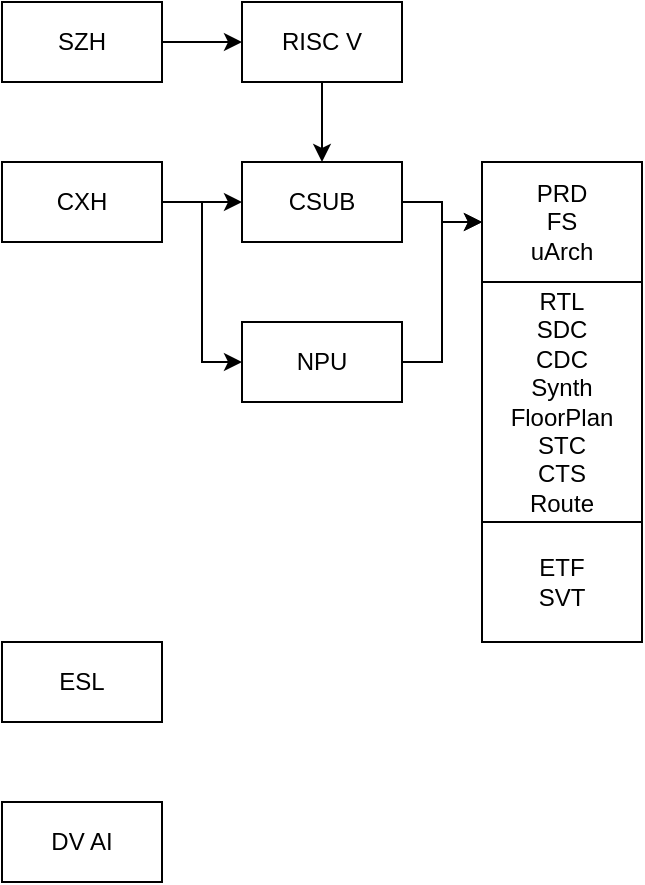
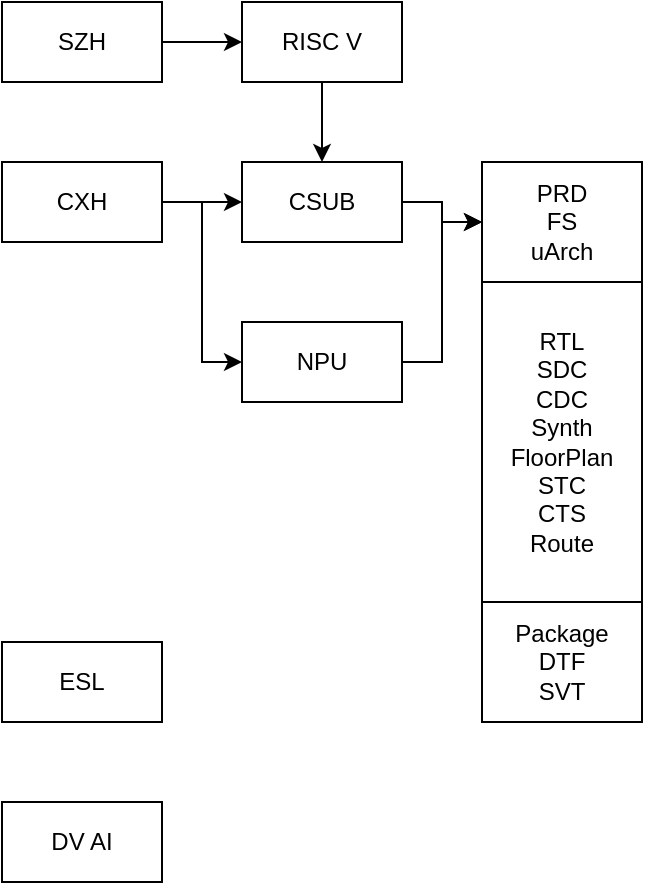
<mxfile host="app.diagrams.net" agent="Mozilla/5.0 (Macintosh; Intel Mac OS X 10_15_7) AppleWebKit/537.36 (KHTML, like Gecko) Chrome/125.0.0.0 Safari/537.36" border="50" scale="3" compressed="false" locked="false">
  <diagram id="YmL12bMKpDGza6XwsDPr" name="第 1 页">
    <mxGraphModel dx="1173" dy="630" grid="1" gridSize="10" guides="1" tooltips="1" connect="1" arrows="1" fold="1" page="0" pageScale="1" pageWidth="827" pageHeight="1169" math="1" shadow="0">
      <root>
        <mxCell id="X5NqExCQtvZxIxQ7pmgY-0" />
        <mxCell id="1" parent="X5NqExCQtvZxIxQ7pmgY-0" />
        <mxCell id="rQvUUtji4W4iaLh92UM--3" edge="1" parent="1" source="rQvUUtji4W4iaLh92UM--1" style="edgeStyle=orthogonalEdgeStyle;rounded=0;orthogonalLoop=1;jettySize=auto;html=1;" target="rQvUUtji4W4iaLh92UM--2" value="">
          <mxGeometry relative="1" as="geometry" />
        </mxCell>
        <mxCell id="rQvUUtji4W4iaLh92UM--1" parent="1" style="rounded=0;whiteSpace=wrap;html=1;" value="SZH" vertex="1">
          <mxGeometry height="40" width="80" x="320" y="320" as="geometry" />
        </mxCell>
        <mxCell id="rQvUUtji4W4iaLh92UM--7" edge="1" parent="1" source="rQvUUtji4W4iaLh92UM--2" style="edgeStyle=orthogonalEdgeStyle;rounded=0;orthogonalLoop=1;jettySize=auto;html=1;" target="rQvUUtji4W4iaLh92UM--5" value="">
          <mxGeometry relative="1" as="geometry" />
        </mxCell>
        <mxCell id="rQvUUtji4W4iaLh92UM--2" parent="1" style="rounded=0;whiteSpace=wrap;html=1;" value="RISC V" vertex="1">
          <mxGeometry height="40" width="80" x="440" y="320" as="geometry" />
        </mxCell>
        <mxCell id="rQvUUtji4W4iaLh92UM--8" edge="1" parent="1" source="rQvUUtji4W4iaLh92UM--4" style="edgeStyle=orthogonalEdgeStyle;rounded=0;orthogonalLoop=1;jettySize=auto;html=1;" target="rQvUUtji4W4iaLh92UM--5" value="">
          <mxGeometry relative="1" as="geometry" />
        </mxCell>
        <mxCell id="rQvUUtji4W4iaLh92UM--4" parent="1" style="rounded=0;whiteSpace=wrap;html=1;" value="CXH" vertex="1">
          <mxGeometry height="40" width="80" x="320" y="400" as="geometry" />
        </mxCell>
        <mxCell id="rQvUUtji4W4iaLh92UM--14" edge="1" parent="1" source="rQvUUtji4W4iaLh92UM--5" style="edgeStyle=orthogonalEdgeStyle;rounded=0;orthogonalLoop=1;jettySize=auto;html=1;" target="rQvUUtji4W4iaLh92UM--10" value="">
          <mxGeometry relative="1" as="geometry" />
        </mxCell>
        <mxCell id="rQvUUtji4W4iaLh92UM--5" parent="1" style="rounded=0;whiteSpace=wrap;html=1;" value="CSUB" vertex="1">
          <mxGeometry height="40" width="80" x="440" y="400" as="geometry" />
        </mxCell>
        <mxCell id="rQvUUtji4W4iaLh92UM--15" edge="1" parent="1" source="rQvUUtji4W4iaLh92UM--6" style="edgeStyle=orthogonalEdgeStyle;rounded=0;orthogonalLoop=1;jettySize=auto;html=1;exitX=1;exitY=0.5;exitDx=0;exitDy=0;entryX=0;entryY=0.5;entryDx=0;entryDy=0;" target="rQvUUtji4W4iaLh92UM--10" value="">
          <mxGeometry relative="1" as="geometry">
            <Array as="points">
              <mxPoint x="540" y="500" />
              <mxPoint x="540" y="430" />
            </Array>
            <mxPoint x="340" y="680" as="sourcePoint" />
            <mxPoint x="560" y="440" as="targetPoint" />
          </mxGeometry>
        </mxCell>
        <mxCell id="rQvUUtji4W4iaLh92UM--6" parent="1" style="rounded=0;whiteSpace=wrap;html=1;" value="NPU" vertex="1">
          <mxGeometry height="40" width="80" x="440" y="480" as="geometry" />
        </mxCell>
        <mxCell id="rQvUUtji4W4iaLh92UM--9" edge="1" parent="1" source="rQvUUtji4W4iaLh92UM--4" style="endArrow=classic;html=1;rounded=0;exitX=1;exitY=0.5;exitDx=0;exitDy=0;entryX=0;entryY=0.5;entryDx=0;entryDy=0;edgeStyle=orthogonalEdgeStyle;" target="rQvUUtji4W4iaLh92UM--6" value="">
          <mxGeometry height="50" relative="1" width="50" as="geometry">
            <mxPoint x="390" y="410" as="sourcePoint" />
            <mxPoint x="440" y="360" as="targetPoint" />
          </mxGeometry>
        </mxCell>
        <mxCell id="rQvUUtji4W4iaLh92UM--16" parent="1" style="rounded=0;whiteSpace=wrap;html=1;" value="ESL" vertex="1">
          <mxGeometry height="40" width="80" x="320" y="640" as="geometry" />
        </mxCell>
        <mxCell id="rQvUUtji4W4iaLh92UM--17" parent="1" style="rounded=0;whiteSpace=wrap;html=1;" value="DV AI" vertex="1">
          <mxGeometry height="40" width="80" x="320" y="720" as="geometry" />
        </mxCell>
-         <mxCell id="rQvUUtji4W4iaLh92UM--12" parent="1" style="rounded=0;whiteSpace=wrap;html=1;" value="ETF&lt;br&gt;SVT" vertex="1">
-           <mxGeometry height="60" width="80" x="560" y="580" as="geometry" />
+         <mxCell id="rQvUUtji4W4iaLh92UM--12" parent="1" style="rounded=0;whiteSpace=wrap;html=1;" value="Package&lt;br&gt;DTF&lt;br&gt;SVT" vertex="1">
+           <mxGeometry height="60" width="80" x="560" y="620" as="geometry" />
        </mxCell>
        <mxCell id="rQvUUtji4W4iaLh92UM--10" parent="1" style="rounded=0;whiteSpace=wrap;html=1;" value="PRD&lt;div&gt;FS&lt;/div&gt;&lt;div&gt;uArch&lt;/div&gt;" vertex="1">
          <mxGeometry height="60" width="80" x="560" y="400" as="geometry" />
        </mxCell>
        <mxCell id="rQvUUtji4W4iaLh92UM--11" parent="1" style="rounded=0;whiteSpace=wrap;html=1;" value="RTL&lt;div&gt;SDC&lt;/div&gt;&lt;div&gt;CDC&lt;/div&gt;&lt;div&gt;Synth&lt;br&gt;FloorPlan&lt;/div&gt;&lt;div&gt;STC&lt;/div&gt;&lt;div&gt;CTS&lt;/div&gt;&lt;div&gt;Route&lt;/div&gt;" vertex="1">
-           <mxGeometry height="120" width="80" x="560" y="460" as="geometry" />
+           <mxGeometry height="160" width="80" x="560" y="460" as="geometry" />
        </mxCell>
      </root>
    </mxGraphModel>
  </diagram>
</mxfile>
